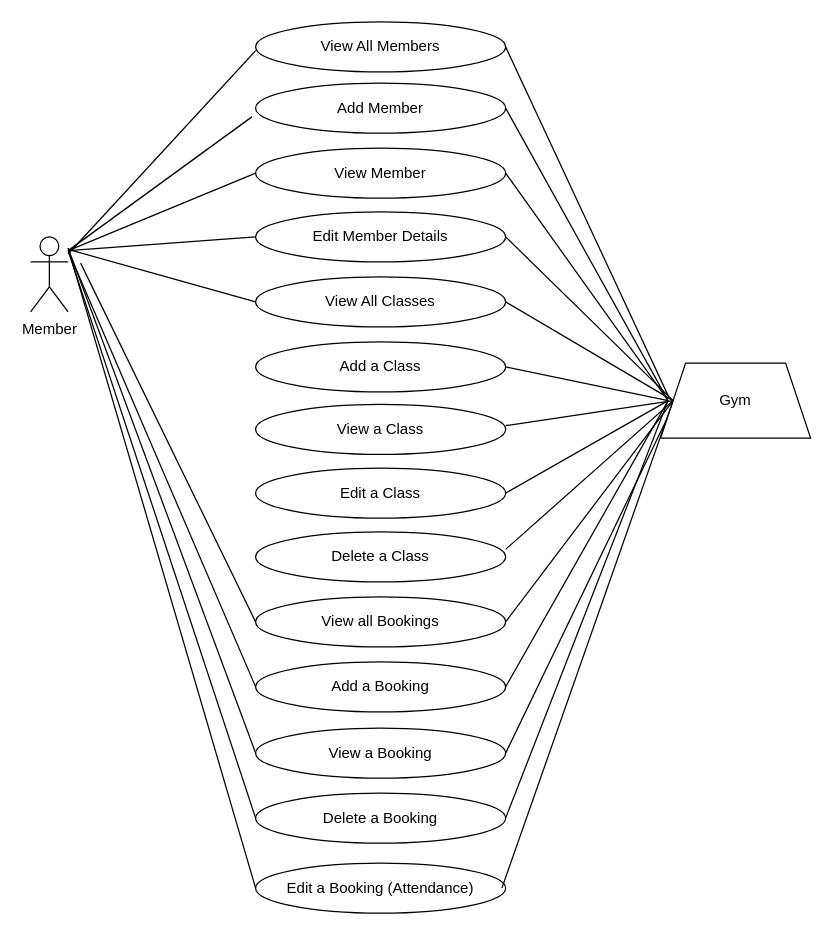
Earlier version of the draw.io diagram diagrams/project_usecase_diagram.drawio (M5FGN/codeclan_project_gymclan). Source tidied: cells renumbered, new cells numbered last; positions are measured from the earlier drawing's top-left corner, leaving out a move shared by most shapes. Both pictures are drawn from the tidied source at 125%, with x=0, y=0 at pixel (30, 21).
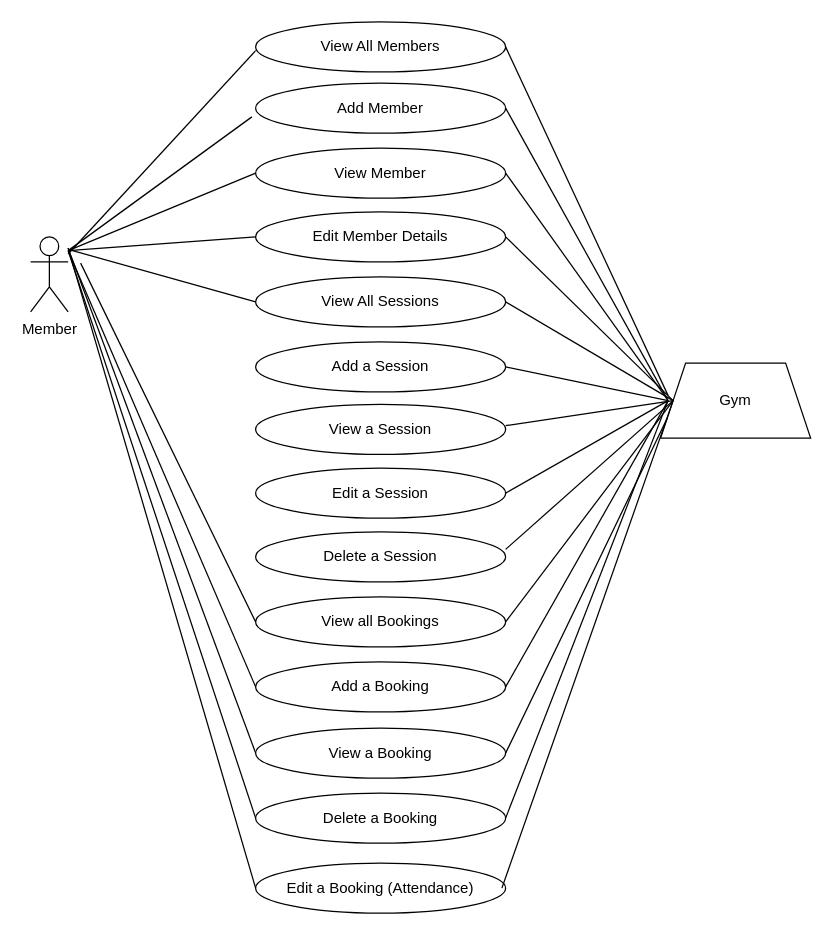
The same page after the edit.

What changed in the source:
```diff
@@
-    <mxCell id="5" value="View All Classes" style="ellipse;whiteSpace=wrap;html=1;" parent="1" vertex="1">
+    <mxCell id="5" value="View All Sessions" style="ellipse;whiteSpace=wrap;html=1;" parent="1" vertex="1">
       <mxGeometry x="180" y="204" width="200" height="40" as="geometry" />
     </mxCell>
-    <mxCell id="6" value="Add a Class" style="ellipse;whiteSpace=wrap;html=1;" parent="1" vertex="1">
+    <mxCell id="6" value="Add a Session" style="ellipse;whiteSpace=wrap;html=1;" parent="1" vertex="1">
       <mxGeometry x="180" y="256" width="200" height="40" as="geometry" />
     </mxCell>
-    <mxCell id="7" value="View a Class" style="ellipse;whiteSpace=wrap;html=1;" parent="1" vertex="1">
+    <mxCell id="7" value="View a Session" style="ellipse;whiteSpace=wrap;html=1;" parent="1" vertex="1">
       <mxGeometry x="180" y="306" width="200" height="40" as="geometry" />
     </mxCell>
-    <mxCell id="8" value="Edit a Class" style="ellipse;whiteSpace=wrap;html=1;" parent="1" vertex="1">
+    <mxCell id="8" value="Edit a Session" style="ellipse;whiteSpace=wrap;html=1;" parent="1" vertex="1">
       <mxGeometry x="180" y="357" width="200" height="40" as="geometry" />
     </mxCell>
-    <mxCell id="9" value="Delete a Class" style="ellipse;whiteSpace=wrap;html=1;" parent="1" vertex="1">
+    <mxCell id="9" value="Delete a Session" style="ellipse;whiteSpace=wrap;html=1;" parent="1" vertex="1">
       <mxGeometry x="180" y="408" width="200" height="40" as="geometry" />
     </mxCell>
```
